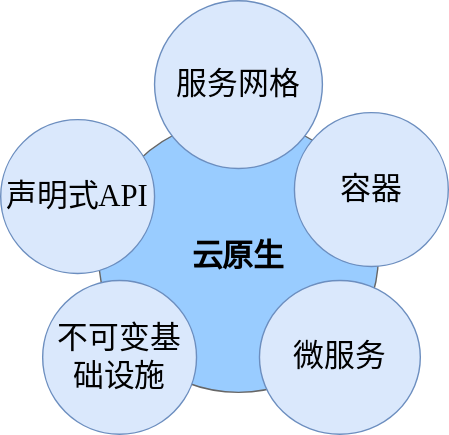
Above: test/未命名绘图.drawio.svg in YunZh1Jun/tmp (draw.io), before the change. Source tidied: cells renumbered, new cells last; positions are measured from the earlier drawing's top-left corner, leaving out a move shared by most shapes.
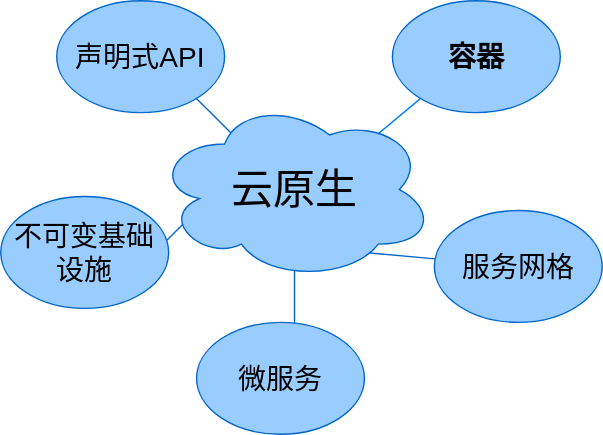
After the commit.

Commit message:
更新未命名绘图.drawio.svg

What changed in the source:
```diff
@@ -2,23 +2,52 @@
   <root>
     <mxCell id="0" />
     <mxCell id="1" parent="0" />
+    <mxCell id="8" style="endArrow=none;html=1;rounded=0;strokeColor=#007FFF;" parent="1" edge="1">
+      <mxGeometry relative="1" as="geometry">
+        <mxPoint x="270" y="140" as="sourcePoint" />
+        <mxPoint x="330" y="90" as="targetPoint" />
+      </mxGeometry>
+    </mxCell>
+    <mxCell id="9" style="endArrow=none;html=1;rounded=0;strokeColor=#0066CC;" parent="1" edge="1">
+      <mxGeometry relative="1" as="geometry">
+        <mxPoint x="200" y="120" as="sourcePoint" />
+        <mxPoint x="150" y="70" as="targetPoint" />
+      </mxGeometry>
+    </mxCell>
+    <mxCell id="10" style="endArrow=none;html=1;rounded=0;strokeColor=#0066CC;" parent="1" edge="1">
+      <mxGeometry relative="1" as="geometry">
+        <mxPoint x="120" y="220" as="sourcePoint" />
+        <mxPoint x="170" y="170" as="targetPoint" />
+      </mxGeometry>
+    </mxCell>
+    <mxCell id="11" style="endArrow=none;html=1;rounded=0;strokeColor=#0066CC;" parent="1" edge="1">
+      <mxGeometry relative="1" as="geometry">
+        <mxPoint x="240" y="260" as="sourcePoint" />
+        <mxPoint x="240" y="210" as="targetPoint" />
+      </mxGeometry>
+    </mxCell>
+    <mxCell id="12" style="endArrow=none;html=1;rounded=0;strokeColor=#0066CC;" parent="1" edge="1" source="3">
+      <mxGeometry relative="1" as="geometry">
+        <mxPoint x="290" y="200" as="targetPoint" />
+      </mxGeometry>
+    </mxCell>
+    <mxCell id="4" value="&lt;font style=&quot;font-size: 20px;&quot;&gt;声明式API&lt;/font&gt;" style="ellipse;whiteSpace=wrap;html=1;fillColor=#99CCFF;strokeColor=#0066CC;" parent="1" vertex="1">
+      <mxGeometry x="70" y="20" width="120" height="80" as="geometry" />
+    </mxCell>
-    <mxCell id="2" value="&lt;b&gt;&lt;font color=&quot;#000000&quot;&gt;云原生&lt;/font&gt;&lt;/b&gt;" style="ellipse;whiteSpace=wrap;html=1;rounded=0;shadow=0;dashed=0;comic=0;fontFamily=Verdana;fontSize=22;fontColor=#0069D1;fillColor=#99CCFF;strokeColor=#666666;" parent="1" vertex="1">
-      <mxGeometry x="70" y="85" width="200" height="195" as="geometry" />
+    <mxCell id="2" value="&lt;font style=&quot;font-size: 30px;&quot;&gt;云原生&lt;/font&gt;" style="ellipse;shape=cloud;whiteSpace=wrap;html=1;fillColor=#99CCFF;strokeColor=#0066CC;" parent="1" vertex="1">
+      <mxGeometry x="140" y="90" width="200" height="130" as="geometry" />
     </mxCell>
+    <mxCell id="7" value="&lt;font style=&quot;font-size: 20px;&quot;&gt;不可变基础设施&lt;/font&gt;" style="ellipse;whiteSpace=wrap;html=1;fillColor=#99CCFF;strokeColor=#0066CC;" parent="1" vertex="1">
+      <mxGeometry x="30" y="160" width="120" height="80" as="geometry" />
+    </mxCell>
+    <mxCell id="6" value="&lt;font style=&quot;font-size: 20px;&quot;&gt;&lt;b&gt;容器&lt;/b&gt;&lt;/font&gt;" style="ellipse;whiteSpace=wrap;html=1;fillColor=#99CCFF;strokeColor=#0066CC;" parent="1" vertex="1">
+      <mxGeometry x="310" y="20" width="120" height="80" as="geometry" />
+    </mxCell>
+    <mxCell id="5" value="&lt;font style=&quot;font-size: 20px;&quot;&gt;微服务&lt;/font&gt;" style="ellipse;whiteSpace=wrap;html=1;fillColor=#99CCFF;strokeColor=#0066CC;" parent="1" vertex="1">
+      <mxGeometry x="170" y="250" width="120" height="80" as="geometry" />
+    </mxCell>
-    <mxCell id="3" value="服务网格" style="ellipse;whiteSpace=wrap;html=1;rounded=0;shadow=0;dashed=0;comic=0;fontFamily=Verdana;fontSize=22;fillColor=#dae8fc;strokeColor=#6c8ebf;" parent="1" vertex="1">
-      <mxGeometry x="110" width="120" height="120" as="geometry" />
+    <mxCell id="3" value="&lt;font style=&quot;font-size: 20px;&quot;&gt;服务网格&lt;/font&gt;" style="ellipse;whiteSpace=wrap;html=1;strokeColor=#0066CC;fillColor=#99CCFF;" parent="1" vertex="1">
+      <mxGeometry x="340" y="170" width="120" height="80" as="geometry" />
     </mxCell>
-    <mxCell id="4" value="声明式API" style="ellipse;whiteSpace=wrap;html=1;rounded=0;shadow=0;dashed=0;comic=0;fontFamily=Verdana;fontSize=22;fillColor=#dae8fc;strokeColor=#6c8ebf;" parent="1" vertex="1">
-      <mxGeometry y="85" width="110" height="110" as="geometry" />
-    </mxCell>
-    <mxCell id="5" value="微服务" style="ellipse;whiteSpace=wrap;html=1;rounded=0;shadow=0;dashed=0;comic=0;fontFamily=Verdana;fontSize=22;fillColor=#dae8fc;strokeColor=#6c8ebf;" parent="1" vertex="1">
-      <mxGeometry x="185" y="200" width="115" height="110" as="geometry" />
-    </mxCell>
-    <mxCell id="6" value="容器" style="ellipse;whiteSpace=wrap;html=1;rounded=0;shadow=0;dashed=0;comic=0;fontFamily=Verdana;fontSize=22;fillColor=#dae8fc;strokeColor=#6c8ebf;" parent="1" vertex="1">
-      <mxGeometry x="210" y="80" width="110" height="110" as="geometry" />
-    </mxCell>
-    <mxCell id="7" value="不可变基础设施" style="ellipse;whiteSpace=wrap;html=1;rounded=0;shadow=0;dashed=0;comic=0;fontFamily=Verdana;fontSize=22;fillColor=#dae8fc;strokeColor=#6c8ebf;" parent="1" vertex="1">
-      <mxGeometry x="30" y="200" width="110" height="110" as="geometry" />
-    </mxCell>
   </root>
 </mxGraphModel>
```
